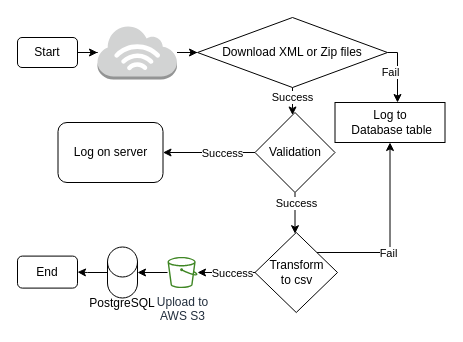
SachinPawaskarUNO/drawings keeps this draw.io diagram as NIA-Data-Preprocessing.drawio. Above is the earlier version. Source tidied: cells renumbered, new cells numbered last; positions are measured from the earlier drawing's top-left corner, leaving out a move shared by most shapes. Both pictures are drawn from the tidied source at 100%, with x=0, y=0 at pixel (17, 17).
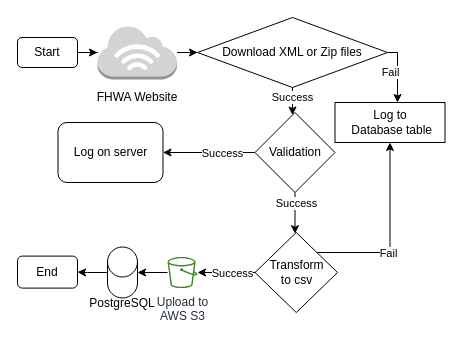
Above is the later version.

The edit, as a diff of the source:
```diff
@@
+    <mxCell id="29" value="FHWA Website" style="text;strokeColor=none;align=center;fillColor=none;html=1;verticalAlign=middle;whiteSpace=wrap;rounded=0;" parent="1" vertex="1">
+      <mxGeometry x="64.8" y="65" width="110" height="30" as="geometry" />
+    </mxCell>
```
